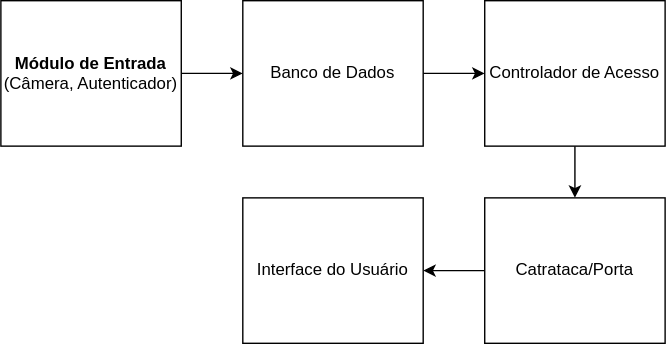
teaching-FEEC/ea075-2024.1 keeps this draw.io diagram as projetos/sistema-controle-de-acesso/images/Diagrama_acesso.drawio.svg. Above is the earlier version. Source tidied: cells renumbered, new cells last; positions are measured from the earlier drawing's top-left corner, leaving out a move shared by most shapes. Source of this version:
```xml
<mxGraphModel>
  <root>
    <mxCell id="0" />
    <mxCell id="1" parent="0" />
    <mxCell id="2" style="edgeStyle=orthogonalEdgeStyle;rounded=0;jettySize=auto;html=1;" parent="1" edge="1" source="3" target="7">
      <mxGeometry relative="1" as="geometry" />
    </mxCell>
    <mxCell id="3" value="&lt;div&gt;Banco de Dados&lt;/div&gt;" style="rounded=0;whiteSpace=wrap;html=1;" parent="1" vertex="1">
      <mxGeometry x="173" width="129" height="104" as="geometry" />
    </mxCell>
    <mxCell id="4" style="edgeStyle=orthogonalEdgeStyle;rounded=0;jettySize=auto;html=1;" parent="1" edge="1" source="5" target="3">
      <mxGeometry relative="1" as="geometry" />
    </mxCell>
    <mxCell id="5" value="&lt;div&gt;&lt;b&gt;Módulo de Entrada&lt;br&gt;&lt;/b&gt;&lt;/div&gt;&lt;div&gt;(Câmera, Autenticador)&lt;/div&gt;" style="rounded=0;whiteSpace=wrap;html=1;" parent="1" vertex="1">
      <mxGeometry width="129" height="104" as="geometry" />
    </mxCell>
    <mxCell id="6" style="edgeStyle=orthogonalEdgeStyle;rounded=0;jettySize=auto;html=1;" parent="1" edge="1" source="7" target="9">
      <mxGeometry relative="1" as="geometry" />
    </mxCell>
    <mxCell id="7" value="&lt;div&gt;Controlador de Acesso&lt;/div&gt;" style="rounded=0;whiteSpace=wrap;html=1;" parent="1" vertex="1">
      <mxGeometry x="346" width="129" height="104" as="geometry" />
    </mxCell>
    <mxCell id="8" style="edgeStyle=orthogonalEdgeStyle;rounded=0;jettySize=auto;html=1;" parent="1" edge="1" source="9" target="10">
      <mxGeometry relative="1" as="geometry" />
    </mxCell>
    <mxCell id="9" value="&lt;div&gt;Catrataca/Porta&lt;/div&gt;" style="rounded=0;whiteSpace=wrap;html=1;" parent="1" vertex="1">
      <mxGeometry x="346" y="141" width="129" height="104" as="geometry" />
    </mxCell>
    <mxCell id="10" value="&lt;div&gt;Interface do Usuário&lt;/div&gt;" style="rounded=0;whiteSpace=wrap;html=1;" parent="1" vertex="1">
      <mxGeometry x="173" y="141" width="129" height="104" as="geometry" />
    </mxCell>
  </root>
</mxGraphModel>
```
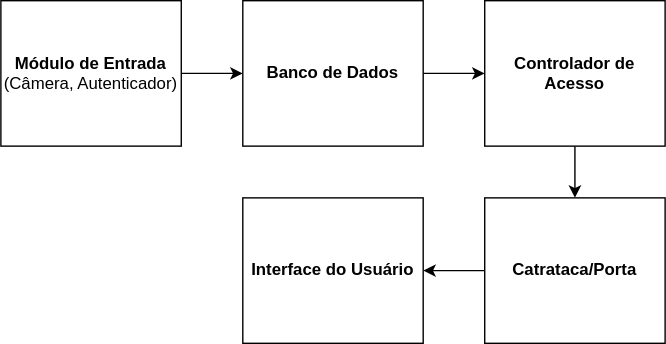
After the commit.

Change to the diagram source:
```diff
@@ -5,7 +5,7 @@
     <mxCell id="2" style="edgeStyle=orthogonalEdgeStyle;rounded=0;jettySize=auto;html=1;" parent="1" edge="1" source="3" target="7">
       <mxGeometry relative="1" as="geometry" />
     </mxCell>
-    <mxCell id="3" value="&lt;div&gt;Banco de Dados&lt;/div&gt;" style="rounded=0;whiteSpace=wrap;html=1;" parent="1" vertex="1">
+    <mxCell id="3" value="&lt;div&gt;&lt;b&gt;Banco de Dados&lt;/b&gt;&lt;/div&gt;" style="rounded=0;whiteSpace=wrap;html=1;" parent="1" vertex="1">
       <mxGeometry x="173" width="129" height="104" as="geometry" />
     </mxCell>
     <mxCell id="4" style="edgeStyle=orthogonalEdgeStyle;rounded=0;jettySize=auto;html=1;" parent="1" edge="1" source="5" target="3">
@@ -17,16 +17,16 @@
     <mxCell id="6" style="edgeStyle=orthogonalEdgeStyle;rounded=0;jettySize=auto;html=1;" parent="1" edge="1" source="7" target="9">
       <mxGeometry relative="1" as="geometry" />
     </mxCell>
-    <mxCell id="7" value="&lt;div&gt;Controlador de Acesso&lt;/div&gt;" style="rounded=0;whiteSpace=wrap;html=1;" parent="1" vertex="1">
+    <mxCell id="7" value="&lt;div&gt;&lt;b&gt;Controlador de Acesso&lt;/b&gt;&lt;/div&gt;" style="rounded=0;whiteSpace=wrap;html=1;" parent="1" vertex="1">
       <mxGeometry x="346" width="129" height="104" as="geometry" />
     </mxCell>
     <mxCell id="8" style="edgeStyle=orthogonalEdgeStyle;rounded=0;jettySize=auto;html=1;" parent="1" edge="1" source="9" target="10">
       <mxGeometry relative="1" as="geometry" />
     </mxCell>
-    <mxCell id="9" value="&lt;div&gt;Catrataca/Porta&lt;/div&gt;" style="rounded=0;whiteSpace=wrap;html=1;" parent="1" vertex="1">
+    <mxCell id="9" value="&lt;div&gt;&lt;b&gt;Catrataca/Porta&lt;/b&gt;&lt;/div&gt;" style="rounded=0;whiteSpace=wrap;html=1;" parent="1" vertex="1">
       <mxGeometry x="346" y="141" width="129" height="104" as="geometry" />
     </mxCell>
-    <mxCell id="10" value="&lt;div&gt;Interface do Usuário&lt;/div&gt;" style="rounded=0;whiteSpace=wrap;html=1;" parent="1" vertex="1">
+    <mxCell id="10" value="&lt;div&gt;&lt;b&gt;Interface do Usuário&lt;/b&gt;&lt;/div&gt;" style="rounded=0;whiteSpace=wrap;html=1;" parent="1" vertex="1">
       <mxGeometry x="173" y="141" width="129" height="104" as="geometry" />
     </mxCell>
   </root>
```
